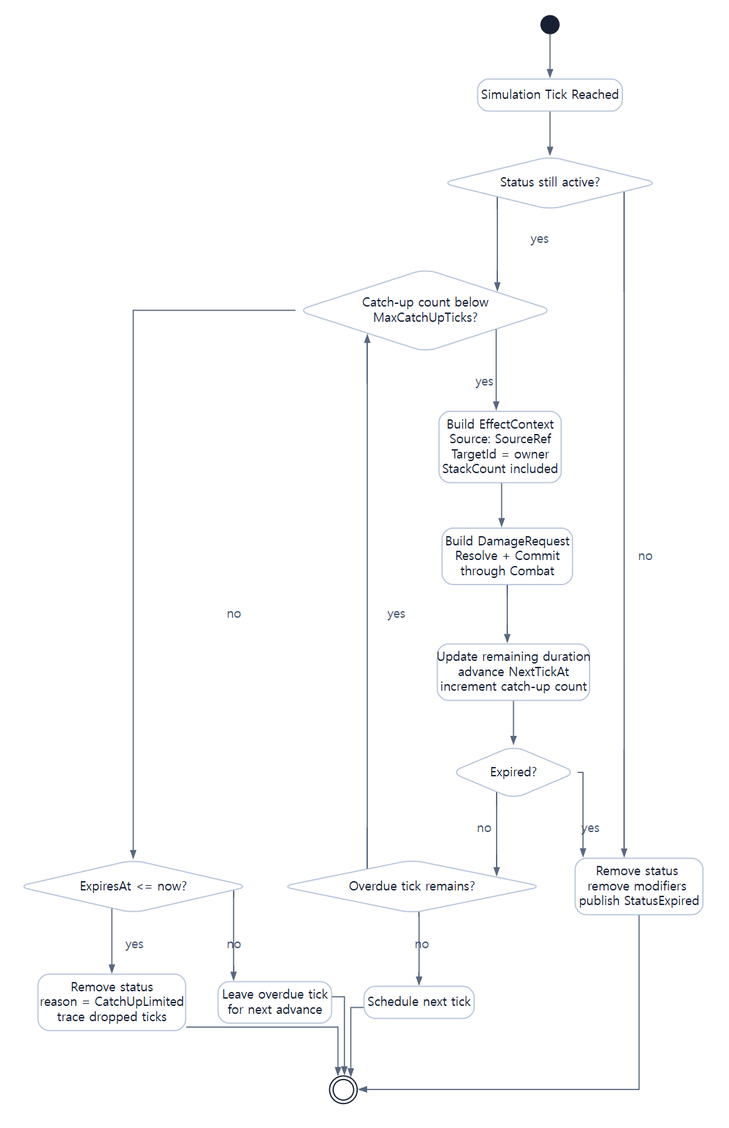
The Graphviz diagram assets/diagrams/29_status_tick_activity_diagram.png in JY-LemongO/game-system-framework-knowledge-site, before a commit. Its source is kept beside it as source/diagrams/29_status_tick_activity_diagram.dot. Source of this version:
```dot
digraph G {
  graph [fontname="Noto Sans CJK KR", bgcolor="#ffffff", margin=0.12, pad=0.25, ranksep=0.70, nodesep=0.50];
  node [fontname="Noto Sans CJK KR", shape=box, style="rounded,filled", color="#bac7db", penwidth=1.4, fillcolor="#ffffff", fontcolor="#182033", margin="0.14,0.09"];
  edge [fontname="Noto Sans CJK KR", color="#59687e", fontcolor="#46566e", arrowsize=0.8, penwidth=1.3];
  rankdir=TB; splines=ortho;
  start [shape=circle, width=.28, label="", fillcolor="#182033", color="#182033"];
  due [label="Simulation Tick Reached"];
  active [shape=diamond, label="Status still active?"];
  cap [shape=diamond, label="Catch-up count below
MaxCatchUpTicks?"];
  capExpired [shape=diamond, label="ExpiresAt <= now?"];
  limitedRemove [label="Remove status
reason = CatchUpLimited
trace dropped ticks"];
  defer [label="Leave overdue tick
for next advance"];
  context [label="Build EffectContext
Source: SourceRef
TargetId = owner
StackCount included"];
  execute [label="Build DamageRequest
Resolve + Commit
through Combat"];
  update [label="Update remaining duration
advance NextTickAt
increment catch-up count"];
  expire [shape=diamond, label="Expired?"];
  backlog [shape=diamond, label="Overdue tick remains?"];
  schedule [label="Schedule next tick"];
  remove [label="Remove status
remove modifiers
publish StatusExpired"];
  end [shape=doublecircle, width=.32, label="", fillcolor="#ffffff", color="#182033"];
  start -> due -> active;
  active -> remove [label="no"];
  active -> cap [label="yes"];
  cap -> capExpired [label="no"];
  capExpired -> limitedRemove [label="yes"];
  limitedRemove -> end;
  capExpired -> defer [label="no"];
  defer -> end;
  cap -> context [label="yes"];
  context -> execute -> update -> expire;
  expire -> backlog [label="no"];
  backlog -> cap [label="yes"];
  backlog -> schedule [label="no"];
  schedule -> end;
  expire -> remove [label="yes"];
  remove -> end;
}
```
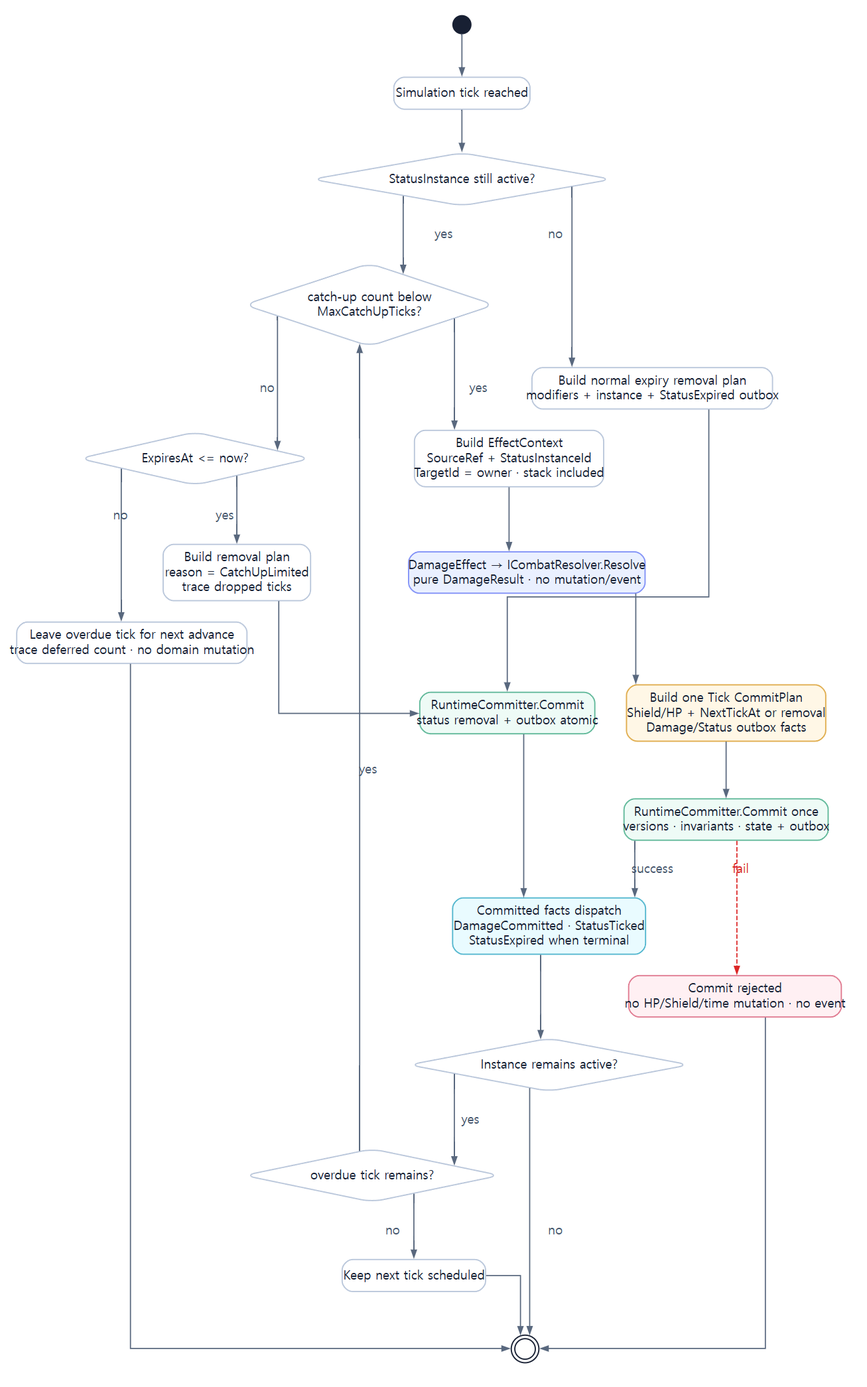
Above is the later version.

Diff of the diagram source:
```diff
@@ -1,50 +1,48 @@
 digraph G {
-  graph [fontname="Noto Sans CJK KR", bgcolor="#ffffff", margin=0.12, pad=0.25, ranksep=0.70, nodesep=0.50];
+  graph [fontname="Noto Sans CJK KR", bgcolor="#ffffff", margin=0.12, pad=0.25, ranksep=0.66, nodesep=0.50];
   node [fontname="Noto Sans CJK KR", shape=box, style="rounded,filled", color="#bac7db", penwidth=1.4, fillcolor="#ffffff", fontcolor="#182033", margin="0.14,0.09"];
   edge [fontname="Noto Sans CJK KR", color="#59687e", fontcolor="#46566e", arrowsize=0.8, penwidth=1.3];
-  rankdir=TB; splines=ortho;
+  rankdir=TB;
+  splines=ortho;
+
   start [shape=circle, width=.28, label="", fillcolor="#182033", color="#182033"];
-  due [label="Simulation Tick Reached"];
-  active [shape=diamond, label="Status still active?"];
-  cap [shape=diamond, label="Catch-up count below
-MaxCatchUpTicks?"];
+  due [label="Simulation tick reached"];
+  active [shape=diamond, label="StatusInstance still active?"];
+  cap [shape=diamond, label="catch-up count below\nMaxCatchUpTicks?"];
   capExpired [shape=diamond, label="ExpiresAt <= now?"];
-  limitedRemove [label="Remove status
-reason = CatchUpLimited
-trace dropped ticks"];
-  defer [label="Leave overdue tick
-for next advance"];
-  context [label="Build EffectContext
-Source: SourceRef
-TargetId = owner
-StackCount included"];
-  execute [label="Build DamageRequest
-Resolve + Commit
-through Combat"];
-  update [label="Update remaining duration
-advance NextTickAt
-increment catch-up count"];
-  expire [shape=diamond, label="Expired?"];
-  backlog [shape=diamond, label="Overdue tick remains?"];
-  schedule [label="Schedule next tick"];
-  remove [label="Remove status
-remove modifiers
-publish StatusExpired"];
+  limitedPlan [label="Build removal plan\nreason = CatchUpLimited\ntrace dropped ticks"];
+  defer [label="Leave overdue tick for next advance\ntrace deferred count · no domain mutation"];
+  context [label="Build EffectContext\nSourceRef + StatusInstanceId\nTargetId = owner · stack included"];
+  resolve [label="DamageEffect → ICombatResolver.Resolve\npure DamageResult · no mutation/event", fillcolor="#eaf0ff", color="#8292f7"];
+  tickPlan [label="Build one Tick CommitPlan\nShield/HP + NextTickAt or removal\nDamage/Status outbox facts", fillcolor="#fff7e6", color="#e0ad4e"];
+  commit [label="RuntimeCommitter.Commit once\nversions · invariants · state + outbox", fillcolor="#eefbf6", color="#61b99a"];
+  facts [label="Committed facts dispatch\nDamageCommitted · StatusTicked\nStatusExpired when terminal", fillcolor="#e9fbff", color="#54b7cf"];
+  remains [shape=diamond, label="Instance remains active?"];
+  backlog [shape=diamond, label="overdue tick remains?"];
+  schedule [label="Keep next tick scheduled"];
+  removePlan [label="Build normal expiry removal plan\nmodifiers + instance + StatusExpired outbox"];
+  removalCommit [label="RuntimeCommitter.Commit\nstatus removal + outbox atomic", fillcolor="#eefbf6", color="#61b99a"];
+  reject [label="Commit rejected\nno HP/Shield/time mutation · no event", fillcolor="#fff0f3", color="#e07b91"];
   end [shape=doublecircle, width=.32, label="", fillcolor="#ffffff", color="#182033"];
+
   start -> due -> active;
-  active -> remove [label="no"];
+  active -> removePlan [label="no"];
+  removePlan -> removalCommit -> facts;
   active -> cap [label="yes"];
   cap -> capExpired [label="no"];
-  capExpired -> limitedRemove [label="yes"];
-  limitedRemove -> end;
+  capExpired -> limitedPlan [label="yes"];
+  limitedPlan -> removalCommit;
   capExpired -> defer [label="no"];
   defer -> end;
   cap -> context [label="yes"];
-  context -> execute -> update -> expire;
-  expire -> backlog [label="no"];
+  context -> resolve -> tickPlan -> commit;
+  commit -> reject [label="fail", style=dashed, color="#dc2626", fontcolor="#dc2626"];
+  reject -> end;
+  commit -> facts [label="success"];
+  facts -> remains;
+  remains -> end [label="no"];
+  remains -> backlog [label="yes"];
   backlog -> cap [label="yes"];
   backlog -> schedule [label="no"];
   schedule -> end;
-  expire -> remove [label="yes"];
-  remove -> end;
 }
```
